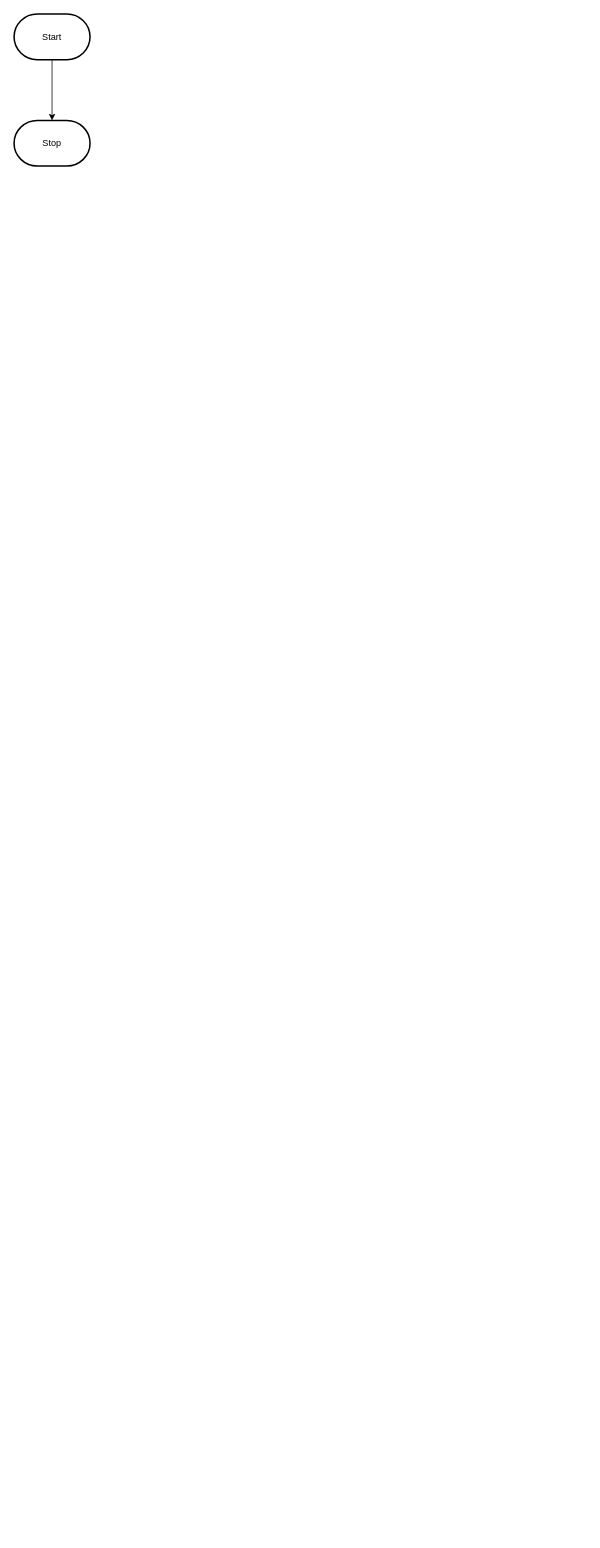
Before: design/flowchart.drawio in MTHS-TEJ2O-1-2023/TEJ2O-Unit-5-05-kyle-lyver, a draw.io diagram. Source tidied: cells renumbered, new cells numbered last; positions are measured from the earlier drawing's top-left corner, leaving out a move shared by most shapes. Both pictures are drawn from the tidied source at 76%, with x=0, y=0 at pixel (14, 14).
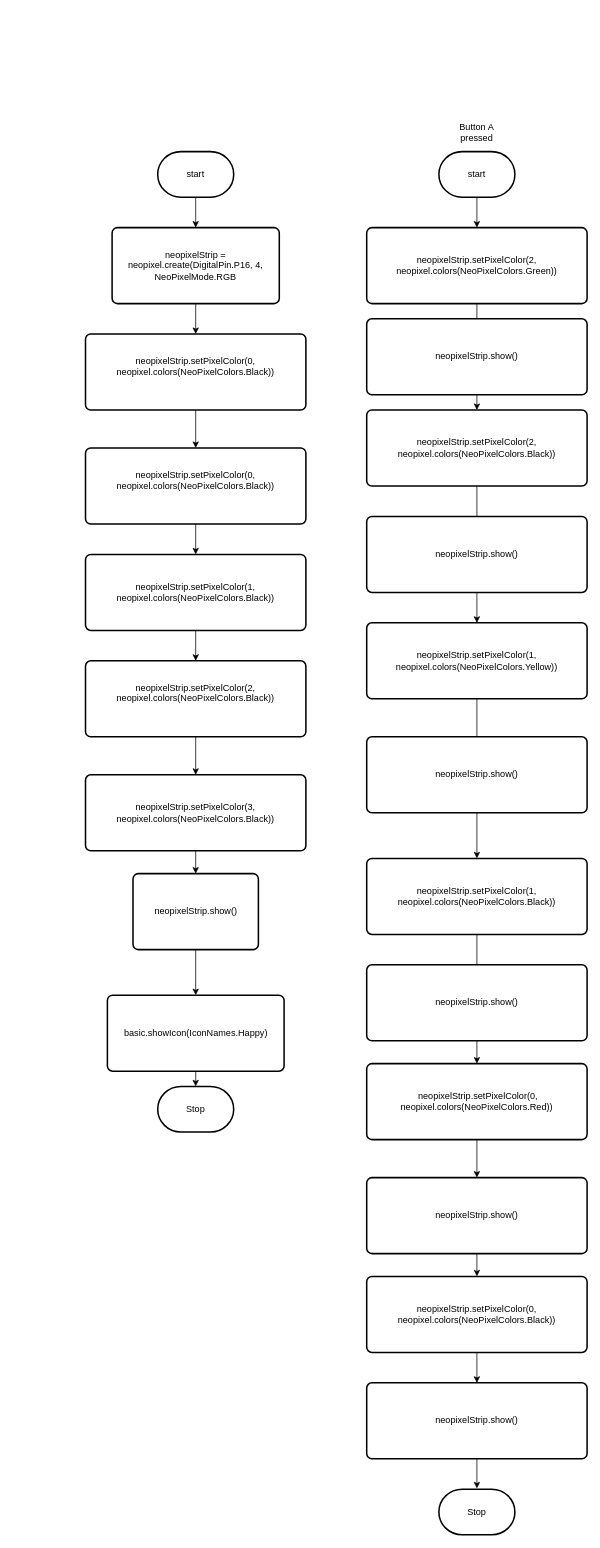
After the change.

Change to the diagram source:
```diff
@@
-    <mxCell id="2" style="edgeStyle=orthogonalEdgeStyle;html=1;rounded=0;" parent="1" edge="1" source="3" target="4">
-      <mxGeometry relative="1" as="geometry" />
-    </mxCell>
-    <mxCell id="3" value="Start" style="strokeWidth=2;html=1;shape=mxgraph.flowchart.terminator;whiteSpace=wrap;" parent="1" vertex="1">
-      <mxGeometry width="100" height="60" as="geometry" />
-    </mxCell>
-    <mxCell id="4" value="Stop" style="strokeWidth=2;html=1;shape=mxgraph.flowchart.terminator;whiteSpace=wrap;" parent="1" vertex="1">
-      <mxGeometry y="140" width="100" height="60" as="geometry" />
-    </mxCell>
+    <mxCell id="5" style="edgeStyle=none;html=1;exitX=0.5;exitY=1;exitDx=0;exitDy=0;exitPerimeter=0;entryX=0.5;entryY=0;entryDx=0;entryDy=0;" parent="1" edge="1" source="6" target="8">
+      <mxGeometry relative="1" as="geometry" />
+    </mxCell>
+    <mxCell id="6" value="start" style="strokeWidth=2;html=1;shape=mxgraph.flowchart.terminator;whiteSpace=wrap;" parent="1" vertex="1">
+      <mxGeometry x="189" y="181" width="100" height="60" as="geometry" />
+    </mxCell>
+    <mxCell id="7" style="edgeStyle=none;html=1;exitX=0.5;exitY=1;exitDx=0;exitDy=0;entryX=0.5;entryY=0;entryDx=0;entryDy=0;" parent="1" edge="1" source="8" target="12">
+      <mxGeometry relative="1" as="geometry" />
+    </mxCell>
+    <mxCell id="8" value="neopixelStrip = neopixel.create(DigitalPin.P16, 4, NeoPixelMode.RGB" style="rounded=1;whiteSpace=wrap;html=1;absoluteArcSize=1;arcSize=14;strokeWidth=2;" parent="1" vertex="1">
+      <mxGeometry x="129" y="281" width="220" height="100" as="geometry" />
+    </mxCell>
+    <mxCell id="9" style="edgeStyle=none;html=1;exitX=0.5;exitY=1;exitDx=0;exitDy=0;exitPerimeter=0;entryX=0.5;entryY=0;entryDx=0;entryDy=0;" parent="1" edge="1" source="10">
+      <mxGeometry relative="1" as="geometry">
+        <mxPoint x="609" y="281" as="targetPoint" />
+      </mxGeometry>
+    </mxCell>
+    <mxCell id="10" value="start" style="strokeWidth=2;html=1;shape=mxgraph.flowchart.terminator;whiteSpace=wrap;" parent="1" vertex="1">
+      <mxGeometry x="559" y="181" width="100" height="60" as="geometry" />
+    </mxCell>
+    <mxCell id="11" style="edgeStyle=none;html=1;exitX=0.5;exitY=1;exitDx=0;exitDy=0;" parent="1" edge="1" source="12" target="14">
+      <mxGeometry relative="1" as="geometry" />
+    </mxCell>
+    <mxCell id="12" value="&lt;div&gt;neopixelStrip.setPixelColor(0, neopixel.colors(NeoPixelColors.Black))&lt;/div&gt;&lt;div&gt;&lt;br&gt;&lt;/div&gt;" style="rounded=1;whiteSpace=wrap;html=1;absoluteArcSize=1;arcSize=14;strokeWidth=2;" parent="1" vertex="1">
+      <mxGeometry x="94" y="421" width="290" height="100" as="geometry" />
+    </mxCell>
+    <mxCell id="13" style="edgeStyle=none;html=1;exitX=0.5;exitY=1;exitDx=0;exitDy=0;entryX=0.5;entryY=0;entryDx=0;entryDy=0;" parent="1" edge="1" source="14" target="16">
+      <mxGeometry relative="1" as="geometry" />
+    </mxCell>
+    <mxCell id="14" value="&lt;div&gt;neopixelStrip.setPixelColor(0, neopixel.colors(NeoPixelColors.Black))&lt;/div&gt;&lt;div&gt;&lt;br&gt;&lt;/div&gt;" style="rounded=1;whiteSpace=wrap;html=1;absoluteArcSize=1;arcSize=14;strokeWidth=2;" parent="1" vertex="1">
+      <mxGeometry x="94" y="571" width="290" height="100" as="geometry" />
+    </mxCell>
+    <mxCell id="15" style="edgeStyle=none;html=1;exitX=0.5;exitY=1;exitDx=0;exitDy=0;" parent="1" edge="1" source="16" target="18">
+      <mxGeometry relative="1" as="geometry" />
+    </mxCell>
+    <mxCell id="16" value="&lt;div&gt;neopixelStrip.setPixelColor(1, neopixel.colors(NeoPixelColors.Black))&lt;br&gt;&lt;/div&gt;" style="rounded=1;whiteSpace=wrap;html=1;absoluteArcSize=1;arcSize=14;strokeWidth=2;" parent="1" vertex="1">
+      <mxGeometry x="94" y="711" width="290" height="100" as="geometry" />
+    </mxCell>
+    <mxCell id="17" style="edgeStyle=none;html=1;exitX=0.5;exitY=1;exitDx=0;exitDy=0;entryX=0.5;entryY=0;entryDx=0;entryDy=0;" parent="1" edge="1" source="18" target="20">
+      <mxGeometry relative="1" as="geometry" />
+    </mxCell>
+    <mxCell id="18" value="&lt;div&gt;&lt;div&gt;neopixelStrip.setPixelColor(2, neopixel.colors(NeoPixelColors.Black))&lt;/div&gt;&lt;/div&gt;&lt;div&gt;&lt;br&gt;&lt;/div&gt;" style="rounded=1;whiteSpace=wrap;html=1;absoluteArcSize=1;arcSize=14;strokeWidth=2;" parent="1" vertex="1">
+      <mxGeometry x="94" y="851" width="290" height="100" as="geometry" />
+    </mxCell>
+    <mxCell id="19" style="edgeStyle=none;html=1;exitX=0.5;exitY=1;exitDx=0;exitDy=0;entryX=0.5;entryY=0;entryDx=0;entryDy=0;" parent="1" edge="1" source="20" target="22">
+      <mxGeometry relative="1" as="geometry" />
+    </mxCell>
+    <mxCell id="20" value="&lt;div&gt;&lt;div&gt;neopixelStrip.setPixelColor(3, neopixel.colors(NeoPixelColors.Black))&lt;br&gt;&lt;/div&gt;&lt;/div&gt;" style="rounded=1;whiteSpace=wrap;html=1;absoluteArcSize=1;arcSize=14;strokeWidth=2;" parent="1" vertex="1">
+      <mxGeometry x="94" y="1001" width="290" height="100" as="geometry" />
+    </mxCell>
+    <mxCell id="21" style="edgeStyle=none;html=1;exitX=0.5;exitY=1;exitDx=0;exitDy=0;" parent="1" edge="1" source="22" target="24">
+      <mxGeometry relative="1" as="geometry" />
+    </mxCell>
+    <mxCell id="22" value="&lt;div&gt;&lt;div&gt;neopixelStrip.show()&lt;br&gt;&lt;/div&gt;&lt;/div&gt;" style="rounded=1;whiteSpace=wrap;html=1;absoluteArcSize=1;arcSize=14;strokeWidth=2;" parent="1" vertex="1">
+      <mxGeometry x="156.5" y="1131" width="165" height="100" as="geometry" />
+    </mxCell>
+    <mxCell id="23" style="edgeStyle=none;html=1;exitX=0.5;exitY=1;exitDx=0;exitDy=0;entryX=0.5;entryY=0;entryDx=0;entryDy=0;entryPerimeter=0;" parent="1" edge="1" source="24" target="41">
+      <mxGeometry relative="1" as="geometry" />
+    </mxCell>
+    <mxCell id="24" value="&lt;div&gt;&lt;div&gt;basic.showIcon(IconNames.Happy)&lt;br&gt;&lt;/div&gt;&lt;/div&gt;" style="rounded=1;whiteSpace=wrap;html=1;absoluteArcSize=1;arcSize=14;strokeWidth=2;" parent="1" vertex="1">
+      <mxGeometry x="122.8" y="1291" width="232.5" height="100" as="geometry" />
+    </mxCell>
+    <mxCell id="25" style="edgeStyle=none;html=1;exitX=0.5;exitY=1;exitDx=0;exitDy=0;entryX=0.5;entryY=0;entryDx=0;entryDy=0;startArrow=none;" parent="1" edge="1" source="43" target="38">
+      <mxGeometry relative="1" as="geometry" />
+    </mxCell>
+    <mxCell id="26" value="&lt;div&gt;neopixelStrip.setPixelColor(2, neopixel.colors(NeoPixelColors.Green))&lt;br&gt;&lt;/div&gt;" style="rounded=1;whiteSpace=wrap;html=1;absoluteArcSize=1;arcSize=14;strokeWidth=2;" parent="1" vertex="1">
+      <mxGeometry x="464" y="281" width="290" height="100" as="geometry" />
+    </mxCell>
+    <mxCell id="27" style="edgeStyle=none;html=1;exitX=0.5;exitY=1;exitDx=0;exitDy=0;entryX=0.5;entryY=0;entryDx=0;entryDy=0;" parent="1" edge="1" source="28" target="36">
+      <mxGeometry relative="1" as="geometry" />
+    </mxCell>
+    <mxCell id="28" value="&lt;div&gt;neopixelStrip.setPixelColor(1, neopixel.colors(NeoPixelColors.Yellow))&lt;br&gt;&lt;/div&gt;" style="rounded=1;whiteSpace=wrap;html=1;absoluteArcSize=1;arcSize=14;strokeWidth=2;" parent="1" vertex="1">
+      <mxGeometry x="464" y="801" width="290" height="100" as="geometry" />
+    </mxCell>
+    <mxCell id="29" style="edgeStyle=none;html=1;exitX=0.5;exitY=1;exitDx=0;exitDy=0;entryX=0.5;entryY=0;entryDx=0;entryDy=0;" parent="1" edge="1" source="30" target="48">
+      <mxGeometry relative="1" as="geometry" />
+    </mxCell>
+    <mxCell id="30" value="&lt;div&gt;&amp;nbsp;neopixelStrip.setPixelColor(0, neopixel.colors(NeoPixelColors.Red))&lt;br&gt;&lt;/div&gt;" style="rounded=1;whiteSpace=wrap;html=1;absoluteArcSize=1;arcSize=14;strokeWidth=2;" parent="1" vertex="1">
+      <mxGeometry x="464" y="1381" width="290" height="100" as="geometry" />
+    </mxCell>
+    <mxCell id="31" style="edgeStyle=none;html=1;exitX=0.5;exitY=1;exitDx=0;exitDy=0;" parent="1" edge="1" source="32">
+      <mxGeometry relative="1" as="geometry">
+        <mxPoint x="609" y="1940" as="targetPoint" />
+      </mxGeometry>
+    </mxCell>
+    <mxCell id="32" value="&lt;div&gt;neopixelStrip.show()&lt;br&gt;&lt;/div&gt;" style="rounded=1;whiteSpace=wrap;html=1;absoluteArcSize=1;arcSize=14;strokeWidth=2;" parent="1" vertex="1">
+      <mxGeometry x="464" y="1801" width="290" height="100" as="geometry" />
+    </mxCell>
+    <mxCell id="33" style="edgeStyle=none;html=1;exitX=0.5;exitY=1;exitDx=0;exitDy=0;entryX=0.5;entryY=0;entryDx=0;entryDy=0;" parent="1" edge="1" source="34" target="32">
+      <mxGeometry relative="1" as="geometry" />
+    </mxCell>
+    <mxCell id="34" value="&lt;div&gt;neopixelStrip.setPixelColor(0, neopixel.colors(NeoPixelColors.Black))&lt;br&gt;&lt;/div&gt;" style="rounded=1;whiteSpace=wrap;html=1;absoluteArcSize=1;arcSize=14;strokeWidth=2;" parent="1" vertex="1">
+      <mxGeometry x="464" y="1661" width="290" height="100" as="geometry" />
+    </mxCell>
+    <mxCell id="35" style="edgeStyle=none;html=1;exitX=0.5;exitY=1;exitDx=0;exitDy=0;entryX=0.5;entryY=0;entryDx=0;entryDy=0;" parent="1" edge="1" source="36" target="30">
+      <mxGeometry relative="1" as="geometry" />
+    </mxCell>
+    <mxCell id="36" value="&lt;div&gt;neopixelStrip.setPixelColor(1, neopixel.colors(NeoPixelColors.Black))&lt;br&gt;&lt;/div&gt;" style="rounded=1;whiteSpace=wrap;html=1;absoluteArcSize=1;arcSize=14;strokeWidth=2;" parent="1" vertex="1">
+      <mxGeometry x="464" y="1111" width="290" height="100" as="geometry" />
+    </mxCell>
+    <mxCell id="37" style="edgeStyle=none;html=1;exitX=0.5;exitY=1;exitDx=0;exitDy=0;entryX=0.5;entryY=0;entryDx=0;entryDy=0;" parent="1" edge="1" source="38" target="28">
+      <mxGeometry relative="1" as="geometry" />
+    </mxCell>
+    <mxCell id="38" value="&lt;div&gt;neopixelStrip.setPixelColor(2, neopixel.colors(NeoPixelColors.Black))&lt;br&gt;&lt;/div&gt;" style="rounded=1;whiteSpace=wrap;html=1;absoluteArcSize=1;arcSize=14;strokeWidth=2;" parent="1" vertex="1">
+      <mxGeometry x="464" y="521" width="290" height="100" as="geometry" />
+    </mxCell>
+    <mxCell id="39" value="Stop" style="strokeWidth=2;html=1;shape=mxgraph.flowchart.terminator;whiteSpace=wrap;" parent="1" vertex="1">
+      <mxGeometry x="559" y="1941" width="100" height="60" as="geometry" />
+    </mxCell>
+    <mxCell id="40" value="Button A pressed" style="text;strokeColor=none;align=center;fillColor=none;html=1;verticalAlign=middle;whiteSpace=wrap;rounded=0;" parent="1" vertex="1">
+      <mxGeometry x="579" y="141" width="60" height="30" as="geometry" />
+    </mxCell>
+    <mxCell id="41" value="Stop" style="strokeWidth=2;html=1;shape=mxgraph.flowchart.terminator;whiteSpace=wrap;" parent="1" vertex="1">
+      <mxGeometry x="189" y="1411" width="100" height="60" as="geometry" />
+    </mxCell>
+    <mxCell id="42" style="edgeStyle=none;html=1;exitX=0.5;exitY=1;exitDx=0;exitDy=0;entryX=0.5;entryY=0;entryDx=0;entryDy=0;endArrow=none;" parent="1" edge="1" source="26" target="43">
+      <mxGeometry relative="1" as="geometry" />
+    </mxCell>
+    <mxCell id="43" value="&lt;div&gt;neopixelStrip.show()&lt;br&gt;&lt;/div&gt;" style="rounded=1;whiteSpace=wrap;html=1;absoluteArcSize=1;arcSize=14;strokeWidth=2;" parent="1" vertex="1">
+      <mxGeometry x="464" y="401" width="290" height="100" as="geometry" />
+    </mxCell>
+    <mxCell id="44" value="&lt;div&gt;neopixelStrip.show()&lt;br&gt;&lt;/div&gt;" style="rounded=1;whiteSpace=wrap;html=1;absoluteArcSize=1;arcSize=14;strokeWidth=2;" parent="1" vertex="1">
+      <mxGeometry x="464" y="661" width="290" height="100" as="geometry" />
+    </mxCell>
+    <mxCell id="45" value="&lt;div&gt;neopixelStrip.show()&lt;br&gt;&lt;/div&gt;" style="rounded=1;whiteSpace=wrap;html=1;absoluteArcSize=1;arcSize=14;strokeWidth=2;" parent="1" vertex="1">
+      <mxGeometry x="464" y="951" width="290" height="100" as="geometry" />
+    </mxCell>
+    <mxCell id="46" value="&lt;div&gt;neopixelStrip.show()&lt;br&gt;&lt;/div&gt;" style="rounded=1;whiteSpace=wrap;html=1;absoluteArcSize=1;arcSize=14;strokeWidth=2;" parent="1" vertex="1">
+      <mxGeometry x="464" y="1251" width="290" height="100" as="geometry" />
+    </mxCell>
+    <mxCell id="47" style="edgeStyle=none;html=1;exitX=0.5;exitY=1;exitDx=0;exitDy=0;entryX=0.5;entryY=0;entryDx=0;entryDy=0;" parent="1" edge="1" source="48" target="34">
+      <mxGeometry relative="1" as="geometry" />
+    </mxCell>
+    <mxCell id="48" value="&lt;div&gt;neopixelStrip.show()&lt;br&gt;&lt;/div&gt;" style="rounded=1;whiteSpace=wrap;html=1;absoluteArcSize=1;arcSize=14;strokeWidth=2;" parent="1" vertex="1">
+      <mxGeometry x="464" y="1531" width="290" height="100" as="geometry" />
+    </mxCell>
```
